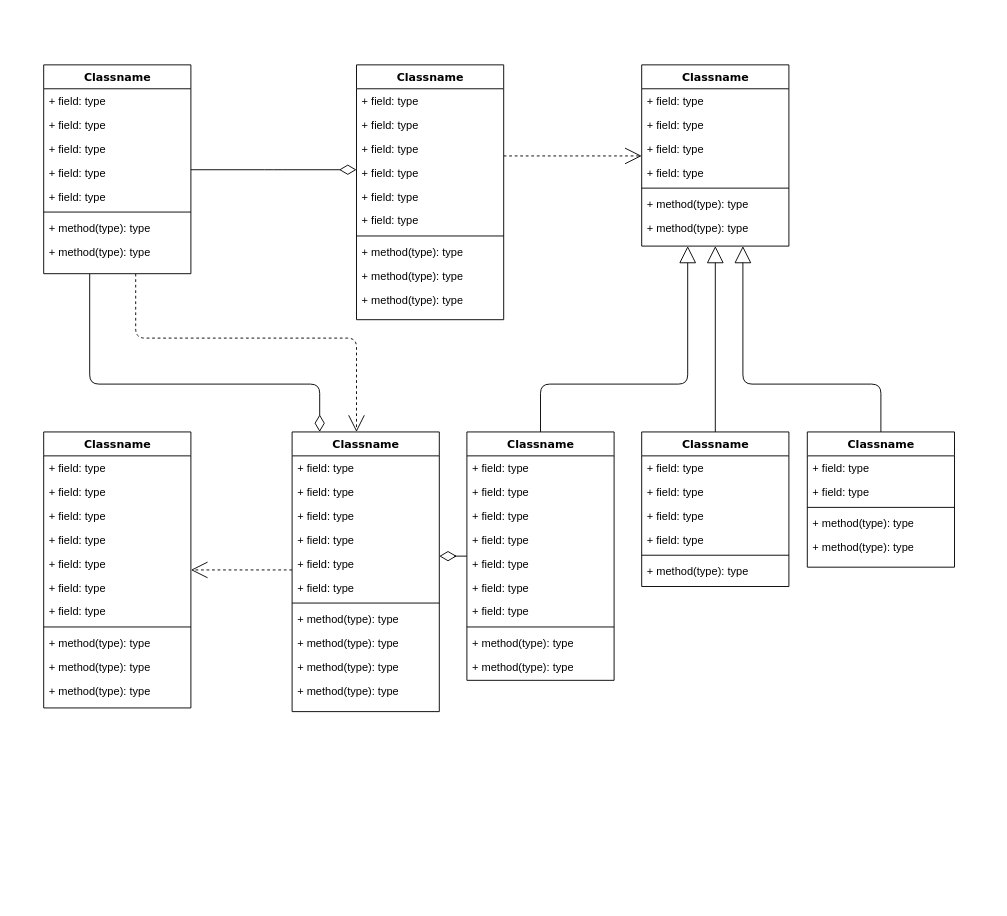
Before: Results.drawio in vladdez/HSE_MOOC_forums_analytics, a draw.io diagram. Source tidied: cells renumbered, new cells numbered last; positions are measured from the earlier drawing's top-left corner, leaving out a move shared by most shapes. Both pictures are drawn from the tidied source at 92%, with x=0, y=0 at pixel (43, 64).
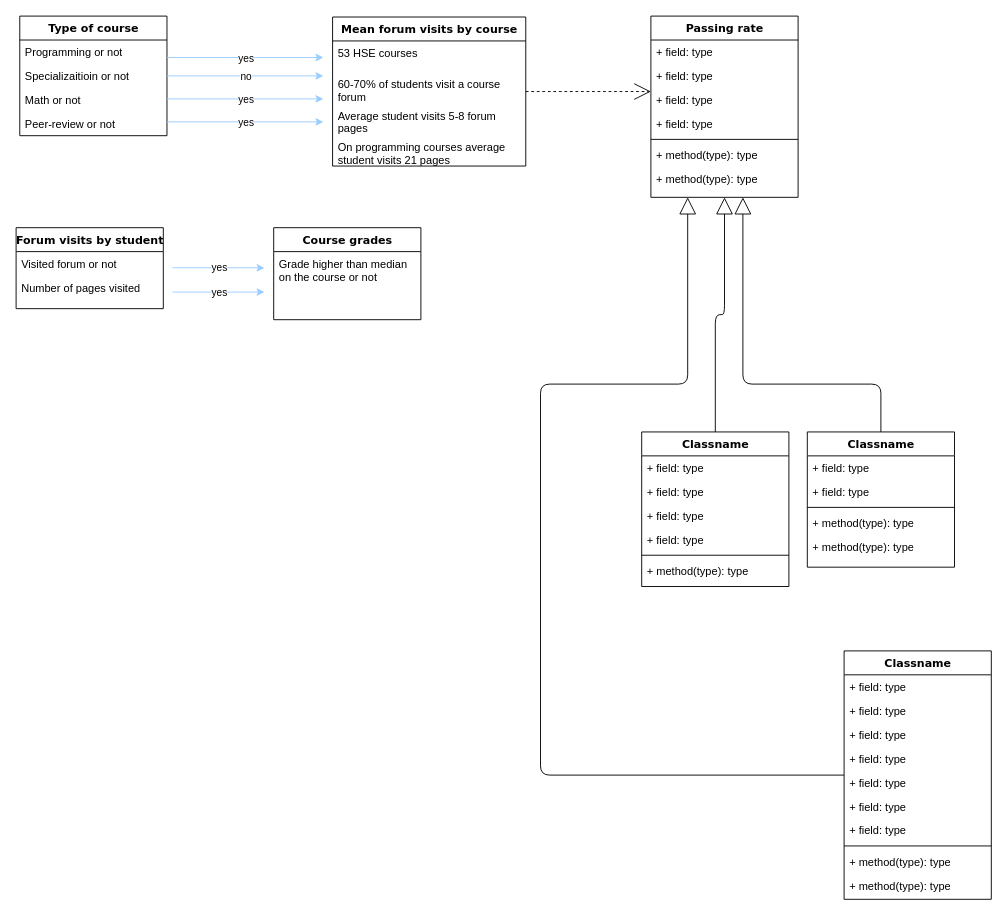
The same page after the edit.

What changed in the source:
```diff
@@
-    <mxCell id="2" style="edgeStyle=orthogonalEdgeStyle;html=1;labelBackgroundColor=none;startFill=0;startSize=8;endArrow=open;endFill=0;endSize=16;fontFamily=Verdana;fontSize=12;dashed=1;" parent="1" edge="1" source="4" target="47">
-      <mxGeometry relative="1" as="geometry">
-        <Array as="points">
-          <mxPoint x="100" y="297" />
-          <mxPoint x="340" y="297" />
-        </Array>
-      </mxGeometry>
-    </mxCell>
-    <mxCell id="3" style="edgeStyle=orthogonalEdgeStyle;html=1;labelBackgroundColor=none;startFill=0;startSize=8;endArrow=diamondThin;endFill=0;endSize=16;fontFamily=Verdana;fontSize=12;" parent="1" edge="1" source="4" target="47">
-      <mxGeometry relative="1" as="geometry">
-        <Array as="points">
-          <mxPoint x="50" y="347" />
-          <mxPoint x="300" y="347" />
-        </Array>
-      </mxGeometry>
-    </mxCell>
-    <mxCell id="4" value="Classname" style="swimlane;html=1;fontStyle=1;align=center;verticalAlign=top;horizontal=1;startSize=26;swimlaneFillColor=#ffffff;rounded=0;shadow=0;comic=0;labelBackgroundColor=none;strokeWidth=1;fillColor=none;fontFamily=Verdana;fontSize=12;" parent="1" vertex="1">
-      <mxGeometry width="160" height="227" as="geometry" />
+    <mxCell id="4" value="Type of course" style="swimlane;html=1;fontStyle=1;align=center;verticalAlign=top;horizontal=1;startSize=26;swimlaneFillColor=#ffffff;rounded=0;shadow=0;comic=0;labelBackgroundColor=none;strokeWidth=1;fillColor=none;fontFamily=Verdana;fontSize=12;" parent="1" vertex="1">
+      <mxGeometry x="-26" y="-53" width="160" height="130" as="geometry" />
     </mxCell>
-    <mxCell id="5" value="+ field: type" style="text;html=1;strokeColor=none;fillColor=none;align=left;verticalAlign=top;spacingLeft=4;spacingRight=4;whiteSpace=wrap;overflow=hidden;" parent="4" vertex="1">
+    <mxCell id="5" value="Programming or not" style="text;html=1;strokeColor=none;fillColor=none;align=left;verticalAlign=top;spacingLeft=4;spacingRight=4;whiteSpace=wrap;overflow=hidden;" parent="4" vertex="1">
       <mxGeometry y="26" width="160" height="26" as="geometry" />
     </mxCell>
-    <mxCell id="6" value="+ field: type" style="text;html=1;strokeColor=none;fillColor=none;align=left;verticalAlign=top;spacingLeft=4;spacingRight=4;whiteSpace=wrap;overflow=hidden;" parent="4" vertex="1">
+    <mxCell id="6" value="Specializaitioin or not" style="text;html=1;strokeColor=none;fillColor=none;align=left;verticalAlign=top;spacingLeft=4;spacingRight=4;whiteSpace=wrap;overflow=hidden;" parent="4" vertex="1">
       <mxGeometry y="52" width="160" height="26" as="geometry" />
     </mxCell>
-    <mxCell id="7" value="+ field: type" style="text;html=1;strokeColor=none;fillColor=none;align=left;verticalAlign=top;spacingLeft=4;spacingRight=4;whiteSpace=wrap;overflow=hidden;" parent="4" vertex="1">
-      <mxGeometry y="78" width="160" height="26" as="geometry" />
-    </mxCell>
-    <mxCell id="8" value="+ field: type" style="text;html=1;strokeColor=none;fillColor=none;align=left;verticalAlign=top;spacingLeft=4;spacingRight=4;whiteSpace=wrap;overflow=hidden;" parent="4" vertex="1">
-      <mxGeometry y="104" width="160" height="26" as="geometry" />
-    </mxCell>
-    <mxCell id="9" value="+ field: type" style="text;html=1;strokeColor=none;fillColor=none;align=left;verticalAlign=top;spacingLeft=4;spacingRight=4;whiteSpace=wrap;overflow=hidden;" parent="4" vertex="1">
-      <mxGeometry y="130" width="160" height="26" as="geometry" />
-    </mxCell>
-    <mxCell id="10" style="line;html=1;strokeWidth=1;fillColor=none;align=left;verticalAlign=middle;spacingTop=-1;spacingLeft=3;spacingRight=3;labelPosition=right;" parent="4" vertex="1">
-      <mxGeometry y="156" width="160" height="8" as="geometry" />
-    </mxCell>
-    <mxCell id="11" value="+ method(type): type" style="text;html=1;strokeColor=none;fillColor=none;align=left;verticalAlign=top;spacingLeft=4;spacingRight=4;whiteSpace=wrap;overflow=hidden;" parent="4" vertex="1">
-      <mxGeometry y="164" width="160" height="26" as="geometry" />
-    </mxCell>
-    <mxCell id="12" value="+ method(type): type" style="text;html=1;strokeColor=none;fillColor=none;align=left;verticalAlign=top;spacingLeft=4;spacingRight=4;whiteSpace=wrap;overflow=hidden;" parent="4" vertex="1">
-      <mxGeometry y="190" width="160" height="26" as="geometry" />
-    </mxCell>
+    <mxCell id="87" value="Math or not" style="text;html=1;strokeColor=none;fillColor=none;align=left;verticalAlign=top;spacingLeft=4;spacingRight=4;whiteSpace=wrap;overflow=hidden;" parent="4" vertex="1">
+      <mxGeometry y="78" width="160" height="26" as="geometry" />
+    </mxCell>
+    <mxCell id="88" value="Peer-review or not" style="text;html=1;strokeColor=none;fillColor=none;align=left;verticalAlign=top;spacingLeft=4;spacingRight=4;whiteSpace=wrap;overflow=hidden;" parent="4" vertex="1">
+      <mxGeometry y="104" width="160" height="26" as="geometry" />
+    </mxCell>
@@
-    <mxCell id="14" value="Classname" style="swimlane;html=1;fontStyle=1;align=center;verticalAlign=top;horizontal=1;startSize=26;swimlaneFillColor=#ffffff;rounded=0;shadow=0;comic=0;labelBackgroundColor=none;strokeWidth=1;fillColor=none;fontFamily=Verdana;fontSize=12;" parent="1" vertex="1">
-      <mxGeometry x="340" width="160" height="277" as="geometry" />
+    <mxCell id="14" value="Mean forum visits by course" style="swimlane;html=1;fontStyle=1;align=center;verticalAlign=top;horizontal=1;startSize=26;swimlaneFillColor=#ffffff;rounded=0;shadow=0;comic=0;labelBackgroundColor=none;strokeWidth=1;fillColor=none;fontFamily=Verdana;fontSize=12;" parent="1" vertex="1">
+      <mxGeometry x="314" y="-52" width="210" height="162" as="geometry" />
     </mxCell>
-    <mxCell id="15" value="+ field: type" style="text;html=1;strokeColor=none;fillColor=none;align=left;verticalAlign=top;spacingLeft=4;spacingRight=4;whiteSpace=wrap;overflow=hidden;" parent="14" vertex="1">
-      <mxGeometry y="26" width="160" height="26" as="geometry" />
-    </mxCell>
-    <mxCell id="16" value="+ field: type" style="text;html=1;strokeColor=none;fillColor=none;align=left;verticalAlign=top;spacingLeft=4;spacingRight=4;whiteSpace=wrap;overflow=hidden;" parent="14" vertex="1">
-      <mxGeometry y="52" width="160" height="26" as="geometry" />
-    </mxCell>
-    <mxCell id="17" value="+ field: type" style="text;html=1;strokeColor=none;fillColor=none;align=left;verticalAlign=top;spacingLeft=4;spacingRight=4;whiteSpace=wrap;overflow=hidden;" parent="14" vertex="1">
-      <mxGeometry y="78" width="160" height="26" as="geometry" />
-    </mxCell>
-    <mxCell id="18" value="+ field: type" style="text;html=1;strokeColor=none;fillColor=none;align=left;verticalAlign=top;spacingLeft=4;spacingRight=4;whiteSpace=wrap;overflow=hidden;" parent="14" vertex="1">
-      <mxGeometry y="104" width="160" height="26" as="geometry" />
-    </mxCell>
-    <mxCell id="19" value="+ field: type" style="text;html=1;strokeColor=none;fillColor=none;align=left;verticalAlign=top;spacingLeft=4;spacingRight=4;whiteSpace=wrap;overflow=hidden;" parent="14" vertex="1">
-      <mxGeometry y="130" width="160" height="26" as="geometry" />
-    </mxCell>
-    <mxCell id="20" value="+ field: type" style="text;html=1;strokeColor=none;fillColor=none;align=left;verticalAlign=top;spacingLeft=4;spacingRight=4;whiteSpace=wrap;overflow=hidden;" parent="14" vertex="1">
-      <mxGeometry y="156" width="160" height="26" as="geometry" />
-    </mxCell>
-    <mxCell id="21" style="line;html=1;strokeWidth=1;fillColor=none;align=left;verticalAlign=middle;spacingTop=-1;spacingLeft=3;spacingRight=3;labelPosition=right;" parent="14" vertex="1">
-      <mxGeometry y="182" width="160" height="8" as="geometry" />
-    </mxCell>
-    <mxCell id="22" value="+ method(type): type" style="text;html=1;strokeColor=none;fillColor=none;align=left;verticalAlign=top;spacingLeft=4;spacingRight=4;whiteSpace=wrap;overflow=hidden;" parent="14" vertex="1">
-      <mxGeometry y="190" width="160" height="26" as="geometry" />
-    </mxCell>
-    <mxCell id="23" value="+ method(type): type" style="text;html=1;strokeColor=none;fillColor=none;align=left;verticalAlign=top;spacingLeft=4;spacingRight=4;whiteSpace=wrap;overflow=hidden;" parent="14" vertex="1">
-      <mxGeometry y="216" width="160" height="26" as="geometry" />
-    </mxCell>
-    <mxCell id="24" value="+ method(type): type" style="text;html=1;strokeColor=none;fillColor=none;align=left;verticalAlign=top;spacingLeft=4;spacingRight=4;whiteSpace=wrap;overflow=hidden;" parent="14" vertex="1">
-      <mxGeometry y="242" width="160" height="26" as="geometry" />
+    <mxCell id="24" value="53 HSE courses" style="text;html=1;strokeColor=none;fillColor=none;align=left;verticalAlign=top;spacingLeft=4;spacingRight=4;whiteSpace=wrap;overflow=hidden;" parent="14" vertex="1">
+      <mxGeometry y="26" width="210" height="34" as="geometry" />
     </mxCell>
+    <mxCell id="89" value="60-70% of students visit a course forum" style="text;html=1;strokeColor=none;fillColor=none;align=left;verticalAlign=top;spacingLeft=4;spacingRight=4;whiteSpace=wrap;overflow=hidden;" parent="14" vertex="1">
+      <mxGeometry y="60" width="210" height="34" as="geometry" />
+    </mxCell>
+    <mxCell id="90" value="Average student visits 5-8 forum pages" style="text;html=1;strokeColor=none;fillColor=none;align=left;verticalAlign=top;spacingLeft=4;spacingRight=4;whiteSpace=wrap;overflow=hidden;" parent="14" vertex="1">
+      <mxGeometry y="94" width="210" height="34" as="geometry" />
+    </mxCell>
+    <mxCell id="91" value="On programming courses average student visits 21 pages" style="text;html=1;strokeColor=none;fillColor=none;align=left;verticalAlign=top;spacingLeft=4;spacingRight=4;whiteSpace=wrap;overflow=hidden;" parent="14" vertex="1">
+      <mxGeometry y="128" width="210" height="34" as="geometry" />
+    </mxCell>
-    <mxCell id="25" value="Classname" style="swimlane;html=1;fontStyle=1;align=center;verticalAlign=top;horizontal=1;startSize=26;swimlaneFillColor=#ffffff;rounded=0;shadow=0;comic=0;labelBackgroundColor=none;strokeWidth=1;fillColor=none;fontFamily=Verdana;fontSize=12;" parent="1" vertex="1">
-      <mxGeometry x="650" width="160" height="197" as="geometry" />
+    <mxCell id="25" value="Passing rate" style="swimlane;html=1;fontStyle=1;align=center;verticalAlign=top;horizontal=1;startSize=26;swimlaneFillColor=#ffffff;rounded=0;shadow=0;comic=0;labelBackgroundColor=none;strokeWidth=1;fillColor=none;fontFamily=Verdana;fontSize=12;" parent="1" vertex="1">
+      <mxGeometry x="660" y="-53" width="160" height="197" as="geometry" />
     </mxCell>
@@
-    <mxCell id="33" style="edgeStyle=elbowEdgeStyle;html=1;labelBackgroundColor=none;startFill=0;startSize=8;endArrow=open;endFill=0;endSize=16;fontFamily=Verdana;fontSize=12;elbow=vertical;dashed=1;" parent="1" edge="1" source="47" target="34">
-      <mxGeometry relative="1" as="geometry" />
-    </mxCell>
-    <mxCell id="34" value="Classname" style="swimlane;html=1;fontStyle=1;align=center;verticalAlign=top;horizontal=1;startSize=26;swimlaneFillColor=#ffffff;rounded=0;shadow=0;comic=0;labelBackgroundColor=none;strokeWidth=1;fillColor=none;fontFamily=Verdana;fontSize=12;" parent="1" vertex="1">
-      <mxGeometry y="399" width="160" height="300" as="geometry" />
+    <mxCell id="34" value="Forum visits by student" style="swimlane;html=1;fontStyle=1;align=center;verticalAlign=top;horizontal=1;startSize=26;swimlaneFillColor=#ffffff;rounded=0;shadow=0;comic=0;labelBackgroundColor=none;strokeWidth=1;fillColor=none;fontFamily=Verdana;fontSize=12;" parent="1" vertex="1">
+      <mxGeometry x="-30" y="177" width="160" height="88" as="geometry" />
     </mxCell>
-    <mxCell id="35" value="+ field: type" style="text;html=1;strokeColor=none;fillColor=none;align=left;verticalAlign=top;spacingLeft=4;spacingRight=4;whiteSpace=wrap;overflow=hidden;" parent="34" vertex="1">
+    <mxCell id="35" value="Visited forum or not" style="text;html=1;strokeColor=none;fillColor=none;align=left;verticalAlign=top;spacingLeft=4;spacingRight=4;whiteSpace=wrap;overflow=hidden;" parent="34" vertex="1">
       <mxGeometry y="26" width="160" height="26" as="geometry" />
     </mxCell>
-    <mxCell id="36" value="+ field: type" style="text;html=1;strokeColor=none;fillColor=none;align=left;verticalAlign=top;spacingLeft=4;spacingRight=4;whiteSpace=wrap;overflow=hidden;" parent="34" vertex="1">
+    <mxCell id="36" value="Number of pages visited" style="text;html=1;strokeColor=none;fillColor=none;align=left;verticalAlign=top;spacingLeft=4;spacingRight=4;whiteSpace=wrap;overflow=hidden;" parent="34" vertex="1">
       <mxGeometry y="52" width="160" height="26" as="geometry" />
     </mxCell>
-    <mxCell id="37" value="+ field: type" style="text;html=1;strokeColor=none;fillColor=none;align=left;verticalAlign=top;spacingLeft=4;spacingRight=4;whiteSpace=wrap;overflow=hidden;" parent="34" vertex="1">
-      <mxGeometry y="78" width="160" height="26" as="geometry" />
-    </mxCell>
-    <mxCell id="38" value="+ field: type" style="text;html=1;strokeColor=none;fillColor=none;align=left;verticalAlign=top;spacingLeft=4;spacingRight=4;whiteSpace=wrap;overflow=hidden;" parent="34" vertex="1">
-      <mxGeometry y="104" width="160" height="26" as="geometry" />
-    </mxCell>
-    <mxCell id="39" value="+ field: type" style="text;html=1;strokeColor=none;fillColor=none;align=left;verticalAlign=top;spacingLeft=4;spacingRight=4;whiteSpace=wrap;overflow=hidden;" parent="34" vertex="1">
-      <mxGeometry y="130" width="160" height="26" as="geometry" />
-    </mxCell>
-    <mxCell id="40" value="+ field: type" style="text;html=1;strokeColor=none;fillColor=none;align=left;verticalAlign=top;spacingLeft=4;spacingRight=4;whiteSpace=wrap;overflow=hidden;" parent="34" vertex="1">
-      <mxGeometry y="156" width="160" height="26" as="geometry" />
-    </mxCell>
-    <mxCell id="41" value="+ field: type" style="text;html=1;strokeColor=none;fillColor=none;align=left;verticalAlign=top;spacingLeft=4;spacingRight=4;whiteSpace=wrap;overflow=hidden;" parent="34" vertex="1">
-      <mxGeometry y="182" width="160" height="26" as="geometry" />
-    </mxCell>
-    <mxCell id="42" style="line;html=1;strokeWidth=1;fillColor=none;align=left;verticalAlign=middle;spacingTop=-1;spacingLeft=3;spacingRight=3;labelPosition=right;" parent="34" vertex="1">
-      <mxGeometry y="208" width="160" height="8" as="geometry" />
-    </mxCell>
-    <mxCell id="43" value="+ method(type): type" style="text;html=1;strokeColor=none;fillColor=none;align=left;verticalAlign=top;spacingLeft=4;spacingRight=4;whiteSpace=wrap;overflow=hidden;" parent="34" vertex="1">
-      <mxGeometry y="216" width="160" height="26" as="geometry" />
-    </mxCell>
-    <mxCell id="44" value="+ method(type): type" style="text;html=1;strokeColor=none;fillColor=none;align=left;verticalAlign=top;spacingLeft=4;spacingRight=4;whiteSpace=wrap;overflow=hidden;" parent="34" vertex="1">
-      <mxGeometry y="242" width="160" height="26" as="geometry" />
-    </mxCell>
-    <mxCell id="45" value="+ method(type): type" style="text;html=1;strokeColor=none;fillColor=none;align=left;verticalAlign=top;spacingLeft=4;spacingRight=4;whiteSpace=wrap;overflow=hidden;" parent="34" vertex="1">
-      <mxGeometry y="268" width="160" height="26" as="geometry" />
-    </mxCell>
-    <mxCell id="46" style="edgeStyle=elbowEdgeStyle;html=1;labelBackgroundColor=none;startFill=0;startSize=8;endArrow=diamondThin;endFill=0;endSize=16;fontFamily=Verdana;fontSize=12;elbow=vertical;" parent="1" edge="1" source="60" target="47">
-      <mxGeometry relative="1" as="geometry" />
-    </mxCell>
-    <mxCell id="47" value="Classname" style="swimlane;html=1;fontStyle=1;align=center;verticalAlign=top;horizontal=1;startSize=26;swimlaneFillColor=#ffffff;rounded=0;shadow=0;comic=0;labelBackgroundColor=none;strokeWidth=1;fillColor=none;fontFamily=Verdana;fontSize=12;" parent="1" vertex="1">
-      <mxGeometry x="270" y="399" width="160" height="304" as="geometry" />
+    <mxCell id="47" value="Course grades" style="swimlane;html=1;fontStyle=1;align=center;verticalAlign=top;horizontal=1;startSize=26;swimlaneFillColor=#ffffff;rounded=0;shadow=0;comic=0;labelBackgroundColor=none;strokeWidth=1;fillColor=none;fontFamily=Verdana;fontSize=12;direction=east;" parent="1" vertex="1">
+      <mxGeometry x="250" y="177" width="160" height="100" as="geometry" />
     </mxCell>
-    <mxCell id="48" value="+ field: type" style="text;html=1;strokeColor=none;fillColor=none;align=left;verticalAlign=top;spacingLeft=4;spacingRight=4;whiteSpace=wrap;overflow=hidden;" parent="47" vertex="1">
-      <mxGeometry y="26" width="160" height="26" as="geometry" />
-    </mxCell>
-    <mxCell id="49" value="+ field: type" style="text;html=1;strokeColor=none;fillColor=none;align=left;verticalAlign=top;spacingLeft=4;spacingRight=4;whiteSpace=wrap;overflow=hidden;" parent="47" vertex="1">
-      <mxGeometry y="52" width="160" height="26" as="geometry" />
+    <mxCell id="49" value="Grade higher than median on the course or not" style="text;html=1;strokeColor=none;fillColor=none;align=left;verticalAlign=top;spacingLeft=4;spacingRight=4;whiteSpace=wrap;overflow=hidden;" parent="47" vertex="1">
+      <mxGeometry y="26" width="160" height="74" as="geometry" />
     </mxCell>
-    <mxCell id="50" value="+ field: type" style="text;html=1;strokeColor=none;fillColor=none;align=left;verticalAlign=top;spacingLeft=4;spacingRight=4;whiteSpace=wrap;overflow=hidden;" parent="47" vertex="1">
-      <mxGeometry y="78" width="160" height="26" as="geometry" />
-    </mxCell>
-    <mxCell id="51" value="+ field: type" style="text;html=1;strokeColor=none;fillColor=none;align=left;verticalAlign=top;spacingLeft=4;spacingRight=4;whiteSpace=wrap;overflow=hidden;" parent="47" vertex="1">
-      <mxGeometry y="104" width="160" height="26" as="geometry" />
-    </mxCell>
-    <mxCell id="52" value="+ field: type" style="text;html=1;strokeColor=none;fillColor=none;align=left;verticalAlign=top;spacingLeft=4;spacingRight=4;whiteSpace=wrap;overflow=hidden;" parent="47" vertex="1">
-      <mxGeometry y="130" width="160" height="26" as="geometry" />
-    </mxCell>
-    <mxCell id="53" value="+ field: type" style="text;html=1;strokeColor=none;fillColor=none;align=left;verticalAlign=top;spacingLeft=4;spacingRight=4;whiteSpace=wrap;overflow=hidden;" parent="47" vertex="1">
-      <mxGeometry y="156" width="160" height="26" as="geometry" />
-    </mxCell>
-    <mxCell id="54" style="line;html=1;strokeWidth=1;fillColor=none;align=left;verticalAlign=middle;spacingTop=-1;spacingLeft=3;spacingRight=3;labelPosition=right;" parent="47" vertex="1">
-      <mxGeometry y="182" width="160" height="8" as="geometry" />
-    </mxCell>
-    <mxCell id="55" value="+ method(type): type" style="text;html=1;strokeColor=none;fillColor=none;align=left;verticalAlign=top;spacingLeft=4;spacingRight=4;whiteSpace=wrap;overflow=hidden;" parent="47" vertex="1">
-      <mxGeometry y="190" width="160" height="26" as="geometry" />
-    </mxCell>
-    <mxCell id="56" value="+ method(type): type" style="text;html=1;strokeColor=none;fillColor=none;align=left;verticalAlign=top;spacingLeft=4;spacingRight=4;whiteSpace=wrap;overflow=hidden;" parent="47" vertex="1">
-      <mxGeometry y="216" width="160" height="26" as="geometry" />
-    </mxCell>
-    <mxCell id="57" value="+ method(type): type" style="text;html=1;strokeColor=none;fillColor=none;align=left;verticalAlign=top;spacingLeft=4;spacingRight=4;whiteSpace=wrap;overflow=hidden;" parent="47" vertex="1">
-      <mxGeometry y="242" width="160" height="26" as="geometry" />
-    </mxCell>
-    <mxCell id="58" value="+ method(type): type" style="text;html=1;strokeColor=none;fillColor=none;align=left;verticalAlign=top;spacingLeft=4;spacingRight=4;whiteSpace=wrap;overflow=hidden;" parent="47" vertex="1">
-      <mxGeometry y="268" width="160" height="26" as="geometry" />
-    </mxCell>
@@
     <mxCell id="60" value="Classname" style="swimlane;html=1;fontStyle=1;align=center;verticalAlign=top;horizontal=1;startSize=26;swimlaneFillColor=#ffffff;rounded=0;shadow=0;comic=0;labelBackgroundColor=none;strokeWidth=1;fillColor=none;fontFamily=Verdana;fontSize=12;" parent="1" vertex="1">
-      <mxGeometry x="460" y="399" width="160" height="270" as="geometry" />
+      <mxGeometry x="870" y="637" width="160" height="270" as="geometry" />
     </mxCell>
@@
-    <mxCell id="86" style="edgeStyle=elbowEdgeStyle;html=1;labelBackgroundColor=none;startFill=0;startSize=8;endArrow=diamondThin;endFill=0;endSize=16;fontFamily=Verdana;fontSize=12;elbow=vertical;" parent="1" edge="1" source="4" target="14">
-      <mxGeometry relative="1" as="geometry" />
-    </mxCell>
+    <mxCell id="92" style="endArrow=classic;html=1;strokeColor=#99CCFF;fillColor=#E6D0DE;" parent="1" edge="1">
+      <mxGeometry relative="1" as="geometry">
+        <mxPoint x="134" y="-8" as="sourcePoint" />
+        <mxPoint x="304" y="-8" as="targetPoint" />
+        <Array as="points">
+          <mxPoint x="224" y="-8" />
+        </Array>
+      </mxGeometry>
+    </mxCell>
+    <mxCell id="93" value="yes" style="edgeLabel;html=1;align=center;verticalAlign=middle;" parent="92" vertex="1">
+      <mxGeometry relative="1" as="geometry" />
+    </mxCell>
+    <mxCell id="94" style="endArrow=classic;html=1;strokeColor=#99CCFF;fillColor=#E6D0DE;" parent="1" edge="1">
+      <mxGeometry relative="1" as="geometry">
+        <mxPoint x="134" y="12" as="sourcePoint" />
+        <mxPoint x="304" y="12" as="targetPoint" />
+        <Array as="points">
+          <mxPoint x="224" y="12" />
+        </Array>
+      </mxGeometry>
+    </mxCell>
+    <mxCell id="95" value="no" style="edgeLabel;html=1;align=center;verticalAlign=middle;" parent="94" vertex="1">
+      <mxGeometry relative="1" as="geometry" />
+    </mxCell>
+    <mxCell id="96" style="endArrow=classic;html=1;strokeColor=#99CCFF;fillColor=#E6D0DE;" parent="1" edge="1">
+      <mxGeometry relative="1" as="geometry">
+        <mxPoint x="140" y="247" as="sourcePoint" />
+        <mxPoint x="240" y="247" as="targetPoint" />
+        <Array as="points">
+          <mxPoint x="230" y="247" />
+        </Array>
+      </mxGeometry>
+    </mxCell>
+    <mxCell id="97" value="yes" style="edgeLabel;html=1;align=center;verticalAlign=middle;" parent="96" vertex="1">
+      <mxGeometry relative="1" as="geometry" />
+    </mxCell>
+    <mxCell id="98" style="endArrow=classic;html=1;strokeColor=#99CCFF;fillColor=#E6D0DE;" parent="1" edge="1">
+      <mxGeometry relative="1" as="geometry">
+        <mxPoint x="140" y="220.5" as="sourcePoint" />
+        <mxPoint x="240" y="221" as="targetPoint" />
+        <Array as="points">
+          <mxPoint x="230" y="220.5" />
+        </Array>
+      </mxGeometry>
+    </mxCell>
+    <mxCell id="99" value="yes" style="edgeLabel;html=1;align=center;verticalAlign=middle;" parent="98" vertex="1">
+      <mxGeometry relative="1" as="geometry" />
+    </mxCell>
+    <mxCell id="100" style="endArrow=classic;html=1;strokeColor=#99CCFF;fillColor=#E6D0DE;" parent="1" edge="1">
+      <mxGeometry relative="1" as="geometry">
+        <mxPoint x="134" y="37" as="sourcePoint" />
+        <mxPoint x="304" y="37" as="targetPoint" />
+        <Array as="points">
+          <mxPoint x="224" y="37" />
+        </Array>
+      </mxGeometry>
+    </mxCell>
+    <mxCell id="101" value="yes" style="edgeLabel;html=1;align=center;verticalAlign=middle;" parent="100" vertex="1">
+      <mxGeometry relative="1" as="geometry" />
+    </mxCell>
+    <mxCell id="102" style="endArrow=classic;html=1;strokeColor=#99CCFF;fillColor=#E6D0DE;" parent="1" edge="1">
+      <mxGeometry relative="1" as="geometry">
+        <mxPoint x="134" y="62" as="sourcePoint" />
+        <mxPoint x="304" y="62" as="targetPoint" />
+        <Array as="points">
+          <mxPoint x="224" y="62" />
+        </Array>
+      </mxGeometry>
+    </mxCell>
+    <mxCell id="103" value="yes" style="edgeLabel;html=1;align=center;verticalAlign=middle;" parent="102" vertex="1">
+      <mxGeometry relative="1" as="geometry" />
+    </mxCell>
```
